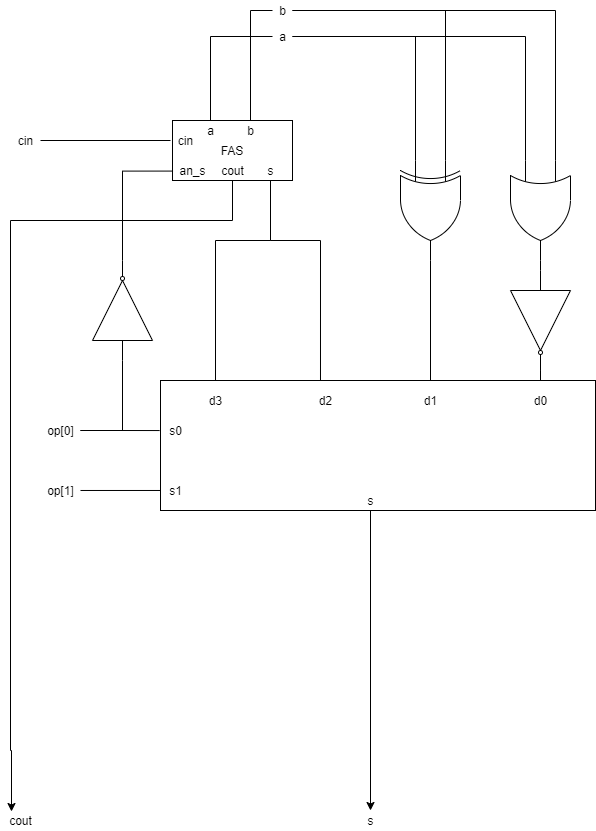
Before: alu.png, a diagram exported from draw.io (BenHalpe/Sim1). Source tidied: cells renumbered, new cells last; positions are measured from the earlier drawing's top-left corner, leaving out a move shared by most shapes.
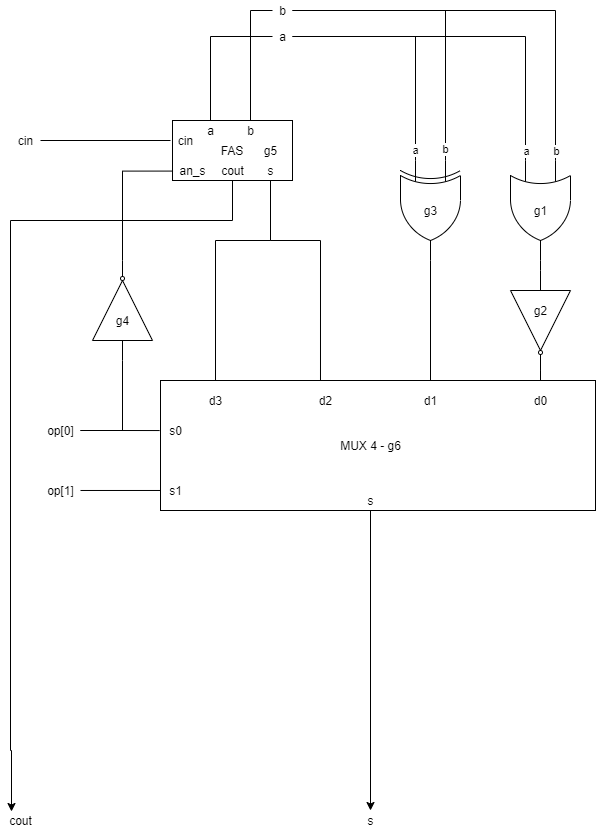
Above is the later version.

Commit message:
added labels to alu diagram

Change to the diagram source:
```diff
@@ -5,8 +5,13 @@
     <mxCell id="2" style="edgeStyle=orthogonalEdgeStyle;rounded=0;jettySize=auto;html=1;entryX=0;entryY=0.75;entryDx=0;entryDy=0;entryPerimeter=0;endArrow=none;endFill=0;" parent="1" edge="1" source="5" target="10">
       <mxGeometry relative="1" as="geometry" />
     </mxCell>
+    <mxCell id="46" value="a" style="edgeLabel;html=1;align=center;verticalAlign=middle;" parent="2" vertex="1">
+      <mxGeometry x="0.9" y="5" relative="1" as="geometry">
+        <mxPoint x="-5" y="7" as="offset" />
+      </mxGeometry>
+    </mxCell>
-    <mxCell id="3" style="edgeStyle=orthogonalEdgeStyle;rounded=0;jettySize=auto;html=1;entryX=0;entryY=0.75;entryDx=0;entryDy=0;entryPerimeter=0;endArrow=none;endFill=0;" parent="1" edge="1" source="5" target="15">
-      <mxGeometry relative="1" as="geometry" />
+    <mxCell id="3" value="a" style="edgeStyle=orthogonalEdgeStyle;rounded=0;jettySize=auto;html=1;entryX=0;entryY=0.75;entryDx=0;entryDy=0;entryPerimeter=0;endArrow=none;endFill=0;" parent="1" edge="1" source="5" target="15">
+      <mxGeometry x="0.92" relative="1" as="geometry" />
     </mxCell>
     <mxCell id="4" style="edgeStyle=orthogonalEdgeStyle;rounded=0;jettySize=auto;html=1;endArrow=none;endFill=0;" parent="1" edge="1" source="5" target="17">
       <mxGeometry relative="1" as="geometry" />
@@ -17,9 +22,17 @@
     <mxCell id="6" style="edgeStyle=orthogonalEdgeStyle;rounded=0;jettySize=auto;html=1;entryX=0;entryY=0.25;entryDx=0;entryDy=0;entryPerimeter=0;endArrow=none;endFill=0;" parent="1" edge="1" source="9" target="10">
       <mxGeometry relative="1" as="geometry" />
     </mxCell>
+    <mxCell id="47" value="b" style="edgeLabel;html=1;align=center;verticalAlign=middle;" parent="6" vertex="1">
+      <mxGeometry x="0.92" y="-1" relative="1" as="geometry">
+        <mxPoint x="1" y="6" as="offset" />
+      </mxGeometry>
+    </mxCell>
     <mxCell id="7" style="edgeStyle=orthogonalEdgeStyle;rounded=0;jettySize=auto;html=1;entryX=0;entryY=0.25;entryDx=0;entryDy=0;entryPerimeter=0;endArrow=none;endFill=0;" parent="1" edge="1" source="9" target="15">
       <mxGeometry relative="1" as="geometry" />
     </mxCell>
+    <mxCell id="48" value="b" style="edgeLabel;html=1;align=center;verticalAlign=middle;" parent="7" vertex="1">
+      <mxGeometry x="0.92" y="-1" relative="1" as="geometry" />
+    </mxCell>
     <mxCell id="8" style="edgeStyle=orthogonalEdgeStyle;rounded=0;jettySize=auto;html=1;endArrow=none;endFill=0;" parent="1" edge="1" source="9" target="18">
       <mxGeometry relative="1" as="geometry" />
     </mxCell>
@@ -158,5 +171,23 @@
     <mxCell id="45" value="s1" style="text;html=1;align=center;verticalAlign=middle;" parent="1" vertex="1">
       <mxGeometry x="160" y="480" width="30" height="20" as="geometry" />
     </mxCell>
+    <mxCell id="49" value="g1" style="text;html=1;align=center;verticalAlign=middle;" parent="1" vertex="1">
+      <mxGeometry x="525" y="200" width="30" height="20" as="geometry" />
+    </mxCell>
+    <mxCell id="50" value="g2" style="text;html=1;align=center;verticalAlign=middle;" parent="1" vertex="1">
+      <mxGeometry x="525" y="300" width="30" height="20" as="geometry" />
+    </mxCell>
+    <mxCell id="51" value="g3" style="text;html=1;align=center;verticalAlign=middle;" parent="1" vertex="1">
+      <mxGeometry x="415" y="200" width="30" height="20" as="geometry" />
+    </mxCell>
+    <mxCell id="52" value="g4" style="text;html=1;align=center;verticalAlign=middle;" parent="1" vertex="1">
+      <mxGeometry x="107" y="310" width="30" height="20" as="geometry" />
+    </mxCell>
+    <mxCell id="53" value="g5" style="text;html=1;align=center;verticalAlign=middle;" parent="1" vertex="1">
+      <mxGeometry x="255" y="140" width="30" height="20" as="geometry" />
+    </mxCell>
+    <mxCell id="54" value="MUX 4 - g6" style="text;html=1;align=center;verticalAlign=middle;" parent="1" vertex="1">
+      <mxGeometry x="330" y="435" width="80" height="20" as="geometry" />
+    </mxCell>
   </root>
 </mxGraphModel>
```
